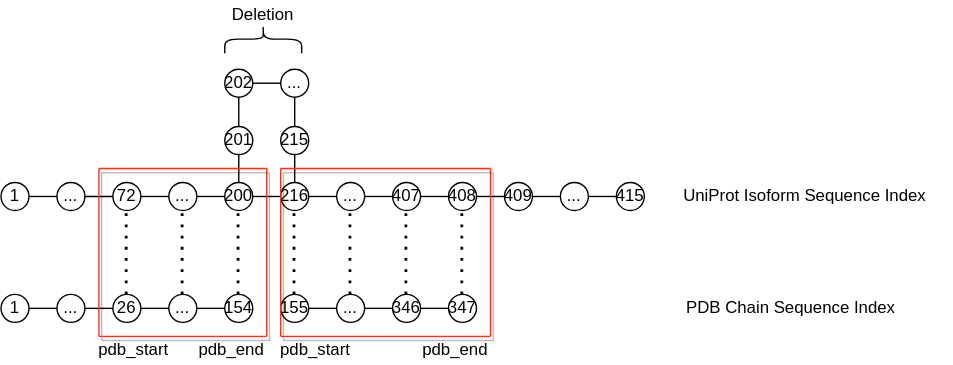
Earlier version of the draw.io export assets/img/unp_map_pdb_deletion.drawio.svg (NatureGeorge/eigenblog). Source tidied: cells renumbered, new cells last; positions are measured from the earlier drawing's top-left corner, leaving out a move shared by most shapes. The source it was exported from:
```xml
<mxGraphModel>
  <root>
    <mxCell id="0" />
    <mxCell id="1" parent="0" />
    <mxCell id="2" value="72" style="ellipse;whiteSpace=wrap;html=1;" parent="1" vertex="1">
      <mxGeometry x="80" y="130" width="20" height="20" as="geometry" />
    </mxCell>
    <mxCell id="3" style="endArrow=none;html=1;" parent="1" edge="1" target="2">
      <mxGeometry relative="1" as="geometry">
        <mxPoint x="50" y="140" as="sourcePoint" />
      </mxGeometry>
    </mxCell>
    <mxCell id="4" value="..." style="ellipse;whiteSpace=wrap;html=1;" parent="1" vertex="1">
      <mxGeometry x="120" y="130" width="20" height="20" as="geometry" />
    </mxCell>
    <mxCell id="5" style="endArrow=none;html=1;" parent="1" edge="1" source="2" target="4">
      <mxGeometry relative="1" as="geometry" />
    </mxCell>
    <mxCell id="6" value="200" style="ellipse;whiteSpace=wrap;html=1;" parent="1" vertex="1">
      <mxGeometry x="160" y="130" width="20" height="20" as="geometry" />
    </mxCell>
    <mxCell id="7" style="endArrow=none;html=1;" parent="1" edge="1" source="4" target="6">
      <mxGeometry relative="1" as="geometry" />
    </mxCell>
    <mxCell id="8" value="216" style="ellipse;whiteSpace=wrap;html=1;" parent="1" vertex="1">
      <mxGeometry x="200" y="130" width="20" height="20" as="geometry" />
    </mxCell>
    <mxCell id="9" style="endArrow=none;html=1;" parent="1" edge="1" source="6" target="8">
      <mxGeometry relative="1" as="geometry" />
    </mxCell>
    <mxCell id="10" value="..." style="ellipse;whiteSpace=wrap;html=1;" parent="1" vertex="1">
      <mxGeometry x="240" y="130" width="20" height="20" as="geometry" />
    </mxCell>
    <mxCell id="11" style="endArrow=none;html=1;" parent="1" edge="1" source="8" target="10">
      <mxGeometry relative="1" as="geometry" />
    </mxCell>
    <mxCell id="12" value="407" style="ellipse;whiteSpace=wrap;html=1;" parent="1" vertex="1">
      <mxGeometry x="280" y="130" width="20" height="20" as="geometry" />
    </mxCell>
    <mxCell id="13" style="endArrow=none;html=1;" parent="1" edge="1" source="10" target="12">
      <mxGeometry relative="1" as="geometry" />
    </mxCell>
    <mxCell id="14" value="..." style="ellipse;whiteSpace=wrap;html=1;" parent="1" vertex="1">
      <mxGeometry x="40" y="130" width="20" height="20" as="geometry" />
    </mxCell>
    <mxCell id="15" value="408" style="ellipse;whiteSpace=wrap;html=1;" parent="1" vertex="1">
      <mxGeometry x="320" y="130" width="20" height="20" as="geometry" />
    </mxCell>
    <mxCell id="16" style="endArrow=none;html=1;" parent="1" edge="1" source="12" target="15">
      <mxGeometry relative="1" as="geometry" />
    </mxCell>
    <mxCell id="17" value="155" style="ellipse;whiteSpace=wrap;html=1;" parent="1" vertex="1">
      <mxGeometry x="200" y="210" width="20" height="20" as="geometry" />
    </mxCell>
    <mxCell id="18" value="154" style="ellipse;whiteSpace=wrap;html=1;" parent="1" vertex="1">
      <mxGeometry x="160" y="210" width="20" height="20" as="geometry" />
    </mxCell>
    <mxCell id="19" style="endArrow=none;html=1;" parent="1" edge="1" source="20" target="18">
      <mxGeometry relative="1" as="geometry" />
    </mxCell>
    <mxCell id="20" value="..." style="ellipse;whiteSpace=wrap;html=1;" parent="1" vertex="1">
      <mxGeometry x="120" y="210" width="20" height="20" as="geometry" />
    </mxCell>
    <mxCell id="21" style="endArrow=none;html=1;" parent="1" edge="1" source="22" target="20">
      <mxGeometry relative="1" as="geometry" />
    </mxCell>
    <mxCell id="22" value="26" style="ellipse;whiteSpace=wrap;html=1;" parent="1" vertex="1">
      <mxGeometry x="80" y="210" width="20" height="20" as="geometry" />
    </mxCell>
    <mxCell id="23" style="endArrow=none;html=1;exitX=1;exitY=0.5;exitDx=0;exitDy=0;" parent="1" edge="1" source="34" target="22">
      <mxGeometry relative="1" as="geometry" />
    </mxCell>
    <mxCell id="24" value="UniProt Isoform Sequence Index" style="text;html=1;strokeColor=none;fillColor=none;align=center;verticalAlign=middle;whiteSpace=wrap;rounded=0;" parent="1" vertex="1">
      <mxGeometry x="470" y="130" width="210" height="20" as="geometry" />
    </mxCell>
    <mxCell id="25" value="PDB Chain Sequence Index" style="text;html=1;strokeColor=none;fillColor=none;align=center;verticalAlign=middle;whiteSpace=wrap;rounded=0;" parent="1" vertex="1">
      <mxGeometry x="470" y="210" width="190" height="20" as="geometry" />
    </mxCell>
    <mxCell id="26" style="endArrow=none;dashed=1;html=1;dashPattern=1 3;strokeWidth=2;entryX=0.5;entryY=1;entryDx=0;entryDy=0;exitX=0.5;exitY=0;exitDx=0;exitDy=0;" parent="1" edge="1">
      <mxGeometry relative="1" as="geometry">
        <mxPoint x="129.5" y="210" as="sourcePoint" />
        <mxPoint x="129.5" y="150" as="targetPoint" />
      </mxGeometry>
    </mxCell>
    <mxCell id="27" style="endArrow=none;dashed=1;html=1;dashPattern=1 3;strokeWidth=2;entryX=0.5;entryY=1;entryDx=0;entryDy=0;exitX=0.5;exitY=0;exitDx=0;exitDy=0;" parent="1" edge="1">
      <mxGeometry relative="1" as="geometry">
        <mxPoint x="169.5" y="210" as="sourcePoint" />
        <mxPoint x="169.5" y="150" as="targetPoint" />
      </mxGeometry>
    </mxCell>
    <mxCell id="28" style="endArrow=none;dashed=1;html=1;dashPattern=1 3;strokeWidth=2;entryX=0.5;entryY=1;entryDx=0;entryDy=0;exitX=0.5;exitY=0;exitDx=0;exitDy=0;" parent="1" edge="1">
      <mxGeometry relative="1" as="geometry">
        <mxPoint x="209.5" y="210" as="sourcePoint" />
        <mxPoint x="209.5" y="150" as="targetPoint" />
      </mxGeometry>
    </mxCell>
    <mxCell id="29" style="endArrow=none;dashed=1;html=1;dashPattern=1 3;strokeWidth=2;entryX=0.5;entryY=1;entryDx=0;entryDy=0;exitX=0.5;exitY=0;exitDx=0;exitDy=0;" parent="1" edge="1">
      <mxGeometry relative="1" as="geometry">
        <mxPoint x="249.5" y="210" as="sourcePoint" />
        <mxPoint x="249.5" y="150" as="targetPoint" />
      </mxGeometry>
    </mxCell>
    <mxCell id="30" style="endArrow=none;dashed=1;html=1;dashPattern=1 3;strokeWidth=2;entryX=0.5;entryY=1;entryDx=0;entryDy=0;exitX=0.5;exitY=0;exitDx=0;exitDy=0;" parent="1" edge="1">
      <mxGeometry relative="1" as="geometry">
        <mxPoint x="289.5" y="210" as="sourcePoint" />
        <mxPoint x="289.5" y="150" as="targetPoint" />
      </mxGeometry>
    </mxCell>
    <mxCell id="31" style="endArrow=none;dashed=1;html=1;dashPattern=1 3;strokeWidth=2;entryX=0.5;entryY=1;entryDx=0;entryDy=0;exitX=0.5;exitY=0;exitDx=0;exitDy=0;" parent="1" edge="1">
      <mxGeometry relative="1" as="geometry">
        <mxPoint x="329.5" y="210" as="sourcePoint" />
        <mxPoint x="329.5" y="150" as="targetPoint" />
      </mxGeometry>
    </mxCell>
    <mxCell id="32" value="pdb_start" style="text;html=1;strokeColor=none;fillColor=none;align=center;verticalAlign=middle;whiteSpace=wrap;rounded=0;" parent="1" vertex="1">
      <mxGeometry x="60" y="240" width="70" height="20" as="geometry" />
    </mxCell>
    <mxCell id="33" value="pdb_end" style="text;html=1;strokeColor=none;fillColor=none;align=center;verticalAlign=middle;whiteSpace=wrap;rounded=0;" parent="1" vertex="1">
      <mxGeometry x="290" y="240" width="70" height="20" as="geometry" />
    </mxCell>
    <mxCell id="34" value="..." style="ellipse;whiteSpace=wrap;html=1;" parent="1" vertex="1">
      <mxGeometry x="40" y="210" width="20" height="20" as="geometry" />
    </mxCell>
    <mxCell id="35" style="endArrow=none;html=1;exitX=1;exitY=0.5;exitDx=0;exitDy=0;" parent="1" edge="1" source="36" target="34">
      <mxGeometry relative="1" as="geometry" />
    </mxCell>
    <mxCell id="36" value="1" style="ellipse;whiteSpace=wrap;html=1;" parent="1" vertex="1">
      <mxGeometry y="210" width="20" height="20" as="geometry" />
    </mxCell>
    <mxCell id="37" value="..." style="ellipse;whiteSpace=wrap;html=1;" parent="1" vertex="1">
      <mxGeometry x="240" y="210" width="20" height="20" as="geometry" />
    </mxCell>
    <mxCell id="38" style="endArrow=none;html=1;exitX=1;exitY=0.5;exitDx=0;exitDy=0;entryX=0;entryY=0.5;entryDx=0;entryDy=0;" parent="1" edge="1" source="17" target="37">
      <mxGeometry relative="1" as="geometry" />
    </mxCell>
    <mxCell id="39" style="endArrow=none;html=1;exitX=1;exitY=0.5;exitDx=0;exitDy=0;entryX=0;entryY=0.5;entryDx=0;entryDy=0;" parent="1" edge="1" source="41" target="40">
      <mxGeometry relative="1" as="geometry" />
    </mxCell>
    <mxCell id="40" value="347" style="ellipse;whiteSpace=wrap;html=1;" parent="1" vertex="1">
      <mxGeometry x="320" y="210" width="20" height="20" as="geometry" />
    </mxCell>
    <mxCell id="41" value="346" style="ellipse;whiteSpace=wrap;html=1;" parent="1" vertex="1">
      <mxGeometry x="280" y="210" width="20" height="20" as="geometry" />
    </mxCell>
    <mxCell id="42" style="endArrow=none;html=1;exitX=1;exitY=0.5;exitDx=0;exitDy=0;entryX=0;entryY=0.5;entryDx=0;entryDy=0;" parent="1" edge="1" source="37" target="41">
      <mxGeometry relative="1" as="geometry" />
    </mxCell>
    <mxCell id="43" style="endArrow=none;dashed=1;html=1;dashPattern=1 3;strokeWidth=2;entryX=0.5;entryY=1;entryDx=0;entryDy=0;exitX=0.5;exitY=0;exitDx=0;exitDy=0;" parent="1" edge="1">
      <mxGeometry relative="1" as="geometry">
        <mxPoint x="89.5" y="210" as="sourcePoint" />
        <mxPoint x="89.5" y="150" as="targetPoint" />
      </mxGeometry>
    </mxCell>
    <mxCell id="44" value="1" style="ellipse;whiteSpace=wrap;html=1;" parent="1" vertex="1">
      <mxGeometry y="130" width="20" height="20" as="geometry" />
    </mxCell>
    <mxCell id="45" style="endArrow=none;html=1;exitX=1;exitY=0.5;exitDx=0;exitDy=0;" parent="1" edge="1" source="44">
      <mxGeometry relative="1" as="geometry">
        <mxPoint x="40" y="140" as="targetPoint" />
      </mxGeometry>
    </mxCell>
    <mxCell id="46" style="endArrow=none;html=1;shadow=1;strokeColor=#F03518;" parent="1" edge="1">
      <mxGeometry relative="1" as="geometry">
        <mxPoint x="70" y="240" as="sourcePoint" />
        <mxPoint x="70" y="120" as="targetPoint" />
      </mxGeometry>
    </mxCell>
    <mxCell id="47" style="endArrow=none;html=1;shadow=1;strokeColor=#F03518;" parent="1" edge="1">
      <mxGeometry relative="1" as="geometry">
        <mxPoint x="190" y="240" as="sourcePoint" />
        <mxPoint x="190" y="120" as="targetPoint" />
      </mxGeometry>
    </mxCell>
    <mxCell id="48" style="endArrow=none;html=1;shadow=1;strokeColor=#F03518;" parent="1" edge="1">
      <mxGeometry relative="1" as="geometry">
        <mxPoint x="190" y="240" as="sourcePoint" />
        <mxPoint x="70" y="240" as="targetPoint" />
      </mxGeometry>
    </mxCell>
    <mxCell id="49" style="endArrow=none;html=1;shadow=1;strokeColor=#F03518;" parent="1" edge="1">
      <mxGeometry relative="1" as="geometry">
        <mxPoint x="350" y="240" as="sourcePoint" />
        <mxPoint x="200" y="240" as="targetPoint" />
      </mxGeometry>
    </mxCell>
    <mxCell id="50" value="pdb_start" style="text;html=1;strokeColor=none;fillColor=none;align=center;verticalAlign=middle;whiteSpace=wrap;rounded=0;" parent="1" vertex="1">
      <mxGeometry x="190" y="240" width="70" height="20" as="geometry" />
    </mxCell>
    <mxCell id="51" value="pdb_end" style="text;html=1;strokeColor=none;fillColor=none;align=center;verticalAlign=middle;whiteSpace=wrap;rounded=0;" parent="1" vertex="1">
      <mxGeometry x="130" y="240" width="70" height="20" as="geometry" />
    </mxCell>
    <mxCell id="52" style="shape=curlyBracket;whiteSpace=wrap;html=1;rounded=1;fillColor=#2A2A2A;rotation=90;" parent="1" vertex="1">
      <mxGeometry x="177.5" width="20" height="55" as="geometry" />
    </mxCell>
    <mxCell id="53" value="Deletion" style="text;html=1;strokeColor=none;fillColor=none;align=center;verticalAlign=middle;whiteSpace=wrap;rounded=0;" parent="1" vertex="1">
      <mxGeometry x="145" width="85" height="20" as="geometry" />
    </mxCell>
    <mxCell id="54" value="409" style="ellipse;whiteSpace=wrap;html=1;" parent="1" vertex="1">
      <mxGeometry x="360" y="130" width="20" height="20" as="geometry" />
    </mxCell>
    <mxCell id="55" value="..." style="ellipse;whiteSpace=wrap;html=1;" parent="1" vertex="1">
      <mxGeometry x="400" y="130" width="20" height="20" as="geometry" />
    </mxCell>
    <mxCell id="56" value="415" style="ellipse;whiteSpace=wrap;html=1;" parent="1" vertex="1">
      <mxGeometry x="440" y="130" width="20" height="20" as="geometry" />
    </mxCell>
    <mxCell id="57" style="endArrow=none;html=1;exitX=1;exitY=0.5;exitDx=0;exitDy=0;entryX=0;entryY=0.5;entryDx=0;entryDy=0;" parent="1" edge="1" source="15" target="54">
      <mxGeometry relative="1" as="geometry" />
    </mxCell>
    <mxCell id="58" style="endArrow=none;html=1;entryX=1;entryY=0.5;entryDx=0;entryDy=0;exitX=0;exitY=0.5;exitDx=0;exitDy=0;" parent="1" edge="1" source="55" target="54">
      <mxGeometry relative="1" as="geometry" />
    </mxCell>
    <mxCell id="59" style="endArrow=none;html=1;entryX=1;entryY=0.5;entryDx=0;entryDy=0;exitX=0;exitY=0.5;exitDx=0;exitDy=0;" parent="1" edge="1" source="56" target="55">
      <mxGeometry relative="1" as="geometry" />
    </mxCell>
    <mxCell id="60" value="..." style="ellipse;whiteSpace=wrap;html=1;" parent="1" vertex="1">
      <mxGeometry x="200" y="49" width="20" height="20" as="geometry" />
    </mxCell>
    <mxCell id="61" value="202" style="ellipse;whiteSpace=wrap;html=1;" parent="1" vertex="1">
      <mxGeometry x="160" y="49" width="20" height="20" as="geometry" />
    </mxCell>
    <mxCell id="62" style="endArrow=none;html=1;exitX=1;exitY=0.5;exitDx=0;exitDy=0;entryX=0;entryY=0.5;entryDx=0;entryDy=0;" parent="1" edge="1" source="61" target="60">
      <mxGeometry relative="1" as="geometry" />
    </mxCell>
    <mxCell id="63" style="endArrow=none;html=1;exitX=0.5;exitY=1;exitDx=0;exitDy=0;entryX=0.5;entryY=0;entryDx=0;entryDy=0;" parent="1" edge="1" source="65" target="6">
      <mxGeometry relative="1" as="geometry" />
    </mxCell>
    <mxCell id="64" style="endArrow=none;html=1;exitX=0.5;exitY=1;exitDx=0;exitDy=0;entryX=0.5;entryY=0;entryDx=0;entryDy=0;" parent="1" edge="1" source="67" target="8">
      <mxGeometry relative="1" as="geometry" />
    </mxCell>
    <mxCell id="65" value="201" style="ellipse;whiteSpace=wrap;html=1;" parent="1" vertex="1">
      <mxGeometry x="160" y="90" width="20" height="20" as="geometry" />
    </mxCell>
    <mxCell id="66" style="endArrow=none;html=1;exitX=0.5;exitY=1;exitDx=0;exitDy=0;entryX=0.5;entryY=0;entryDx=0;entryDy=0;" parent="1" edge="1" source="61" target="65">
      <mxGeometry relative="1" as="geometry" />
    </mxCell>
    <mxCell id="67" value="215" style="ellipse;whiteSpace=wrap;html=1;" parent="1" vertex="1">
      <mxGeometry x="200" y="90" width="20" height="20" as="geometry" />
    </mxCell>
    <mxCell id="68" style="endArrow=none;html=1;exitX=0.5;exitY=1;exitDx=0;exitDy=0;entryX=0.5;entryY=0;entryDx=0;entryDy=0;" parent="1" edge="1" source="60" target="67">
      <mxGeometry relative="1" as="geometry" />
    </mxCell>
    <mxCell id="69" style="endArrow=none;html=1;shadow=1;strokeColor=#F03518;" parent="1" edge="1">
      <mxGeometry relative="1" as="geometry">
        <mxPoint x="190" y="120" as="sourcePoint" />
        <mxPoint x="70" y="120" as="targetPoint" />
      </mxGeometry>
    </mxCell>
    <mxCell id="70" style="endArrow=none;html=1;shadow=1;strokeColor=#F03518;" parent="1" edge="1">
      <mxGeometry relative="1" as="geometry">
        <mxPoint x="350" y="240" as="sourcePoint" />
        <mxPoint x="350" y="120" as="targetPoint" />
      </mxGeometry>
    </mxCell>
    <mxCell id="71" style="endArrow=none;html=1;shadow=1;strokeColor=#F03518;" parent="1" edge="1">
      <mxGeometry relative="1" as="geometry">
        <mxPoint x="350" y="120" as="sourcePoint" />
        <mxPoint x="200" y="120" as="targetPoint" />
      </mxGeometry>
    </mxCell>
    <mxCell id="72" style="endArrow=none;html=1;shadow=1;strokeColor=#F03518;" parent="1" edge="1">
      <mxGeometry relative="1" as="geometry">
        <mxPoint x="200" y="240" as="sourcePoint" />
        <mxPoint x="200" y="120" as="targetPoint" />
      </mxGeometry>
    </mxCell>
  </root>
</mxGraphModel>
```
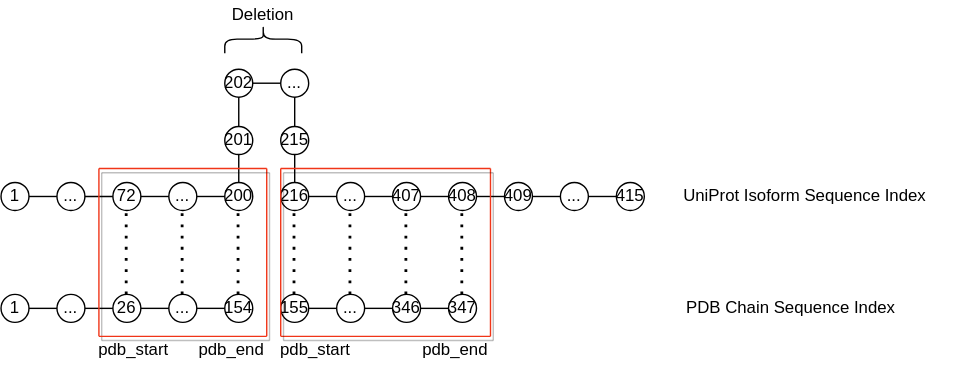
Above is the later version.

Change to the diagram source:
```diff
@@ -25,9 +25,6 @@
     <mxCell id="8" value="216" style="ellipse;whiteSpace=wrap;html=1;" parent="1" vertex="1">
       <mxGeometry x="200" y="130" width="20" height="20" as="geometry" />
     </mxCell>
-    <mxCell id="9" style="endArrow=none;html=1;" parent="1" edge="1" source="6" target="8">
-      <mxGeometry relative="1" as="geometry" />
-    </mxCell>
     <mxCell id="10" value="..." style="ellipse;whiteSpace=wrap;html=1;" parent="1" vertex="1">
       <mxGeometry x="240" y="130" width="20" height="20" as="geometry" />
     </mxCell>
```
